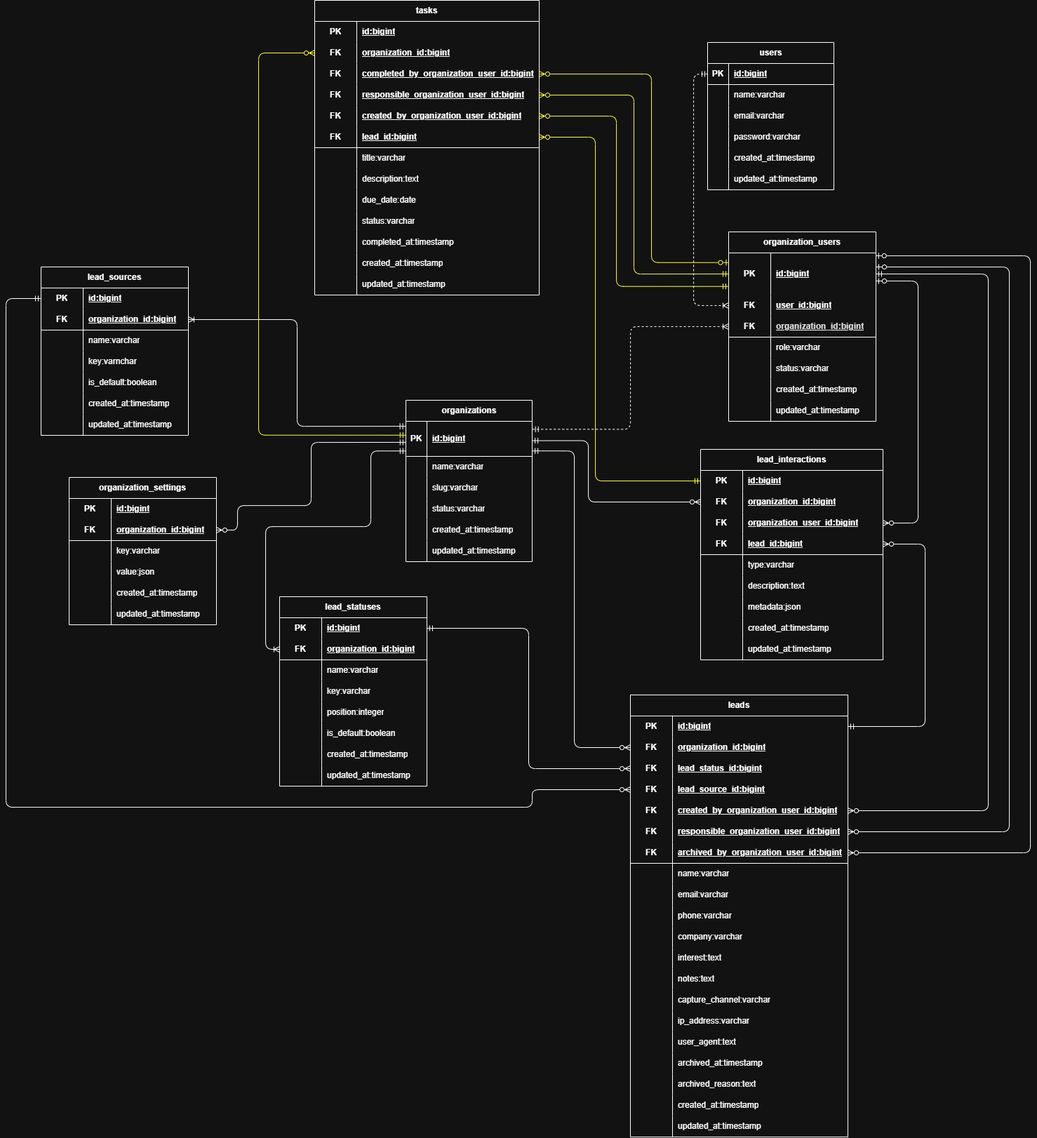
This is docs/LeadFlow.drawio.png from hmdev2/LeadFlow, a draw.io export, as it was before one commit. Source tidied: cells renumbered, new cells last; positions are measured from the earlier drawing's top-left corner, leaving out a move shared by most shapes.
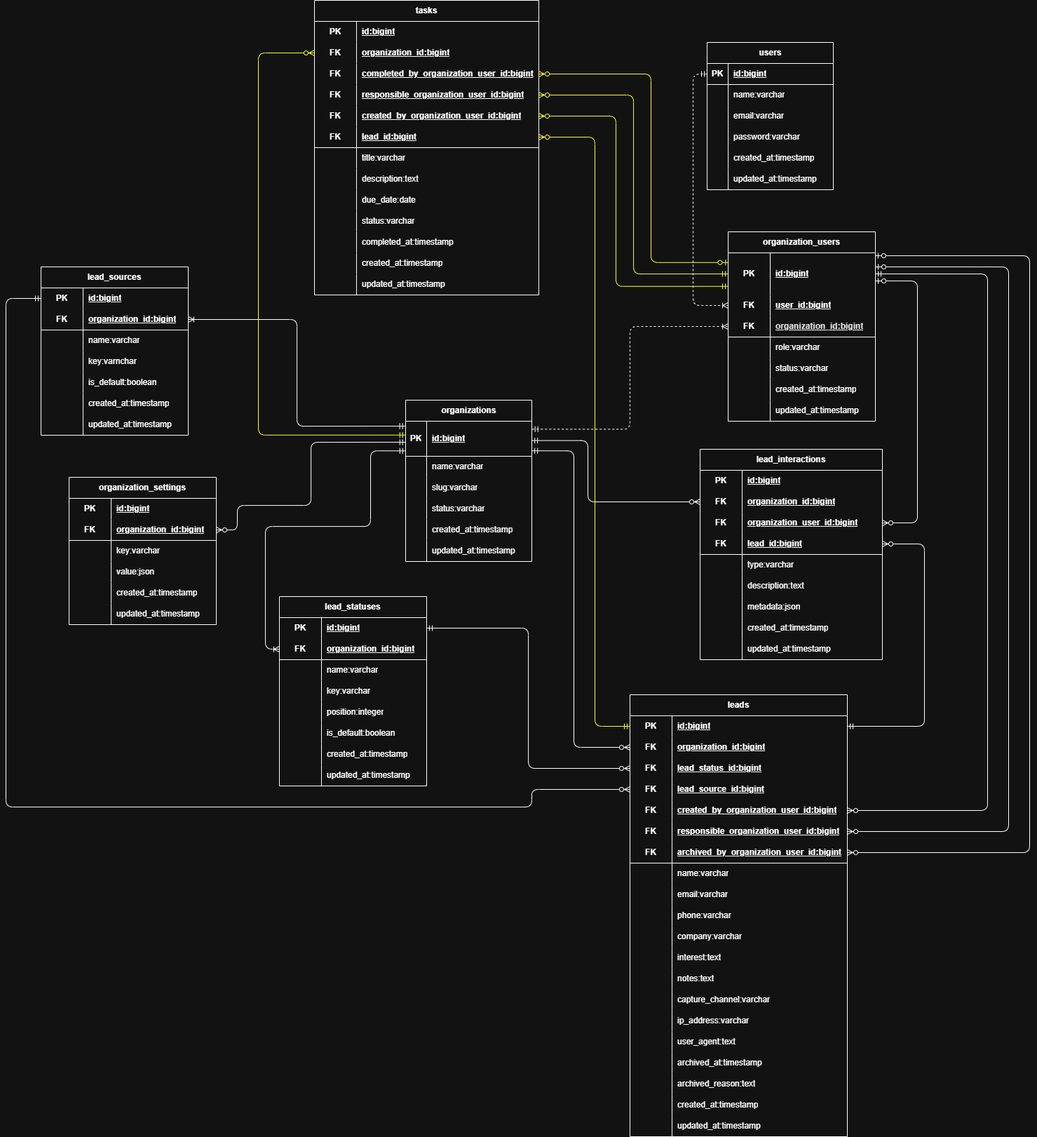
Later version of the same file.

Change to the diagram source:
```diff
@@ -875,11 +875,11 @@
         </Array>
       </mxGeometry>
     </mxCell>
-    <mxCell id="272" style="edgeStyle=orthogonalEdgeStyle;rounded=1;jettySize=auto;html=1;entryX=0;entryY=0.5;entryDx=0;entryDy=0;curved=0;strokeColor=light-dark(#000000,#FFFF33);endArrow=ERmandOne;endFill=0;startArrow=ERzeroToMany;startFill=0;exitX=1;exitY=0.5;exitDx=0;exitDy=0;" parent="1" edge="1" source="247" target="179">
+    <mxCell id="272" style="edgeStyle=orthogonalEdgeStyle;rounded=1;jettySize=auto;html=1;entryX=0;entryY=0.5;entryDx=0;entryDy=0;curved=0;strokeColor=light-dark(#000000,#FFFF33);endArrow=ERmandOne;endFill=0;startArrow=ERzeroToMany;startFill=0;exitX=1;exitY=0.5;exitDx=0;exitDy=0;" parent="1" edge="1" source="247" target="114">
       <mxGeometry relative="1" as="geometry">
         <Array as="points">
           <mxPoint x="840" y="195" />
-          <mxPoint x="840" y="685" />
+          <mxPoint x="840" y="1035" />
         </Array>
       </mxGeometry>
     </mxCell>
```
